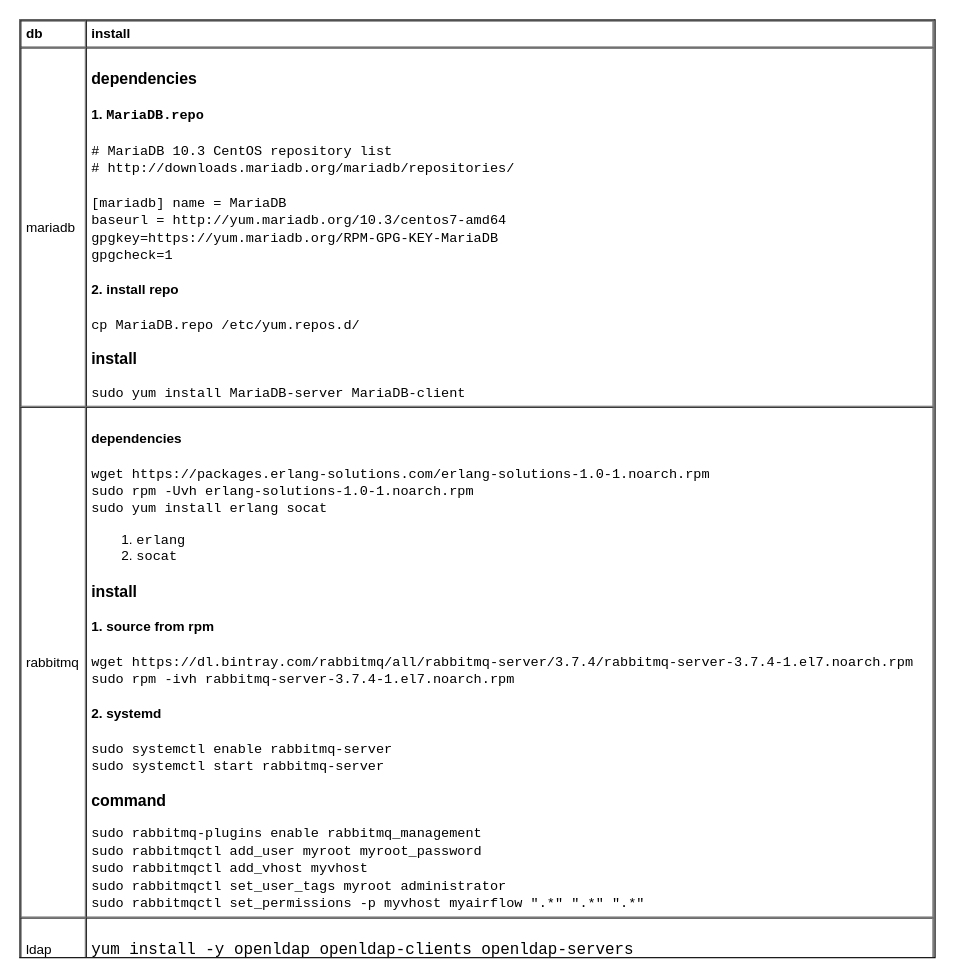
The draw.io diagram page "install" (1 of 3) of db/db.drawio in yangdj/tf_docs, before the edit. Source tidied: cells renumbered, new cells numbered last; positions are measured from the earlier drawing's top-left corner, leaving out a move shared by most shapes. Both pictures are drawn from the tidied source at 113%, with x=0, y=0 at pixel (19, 19).
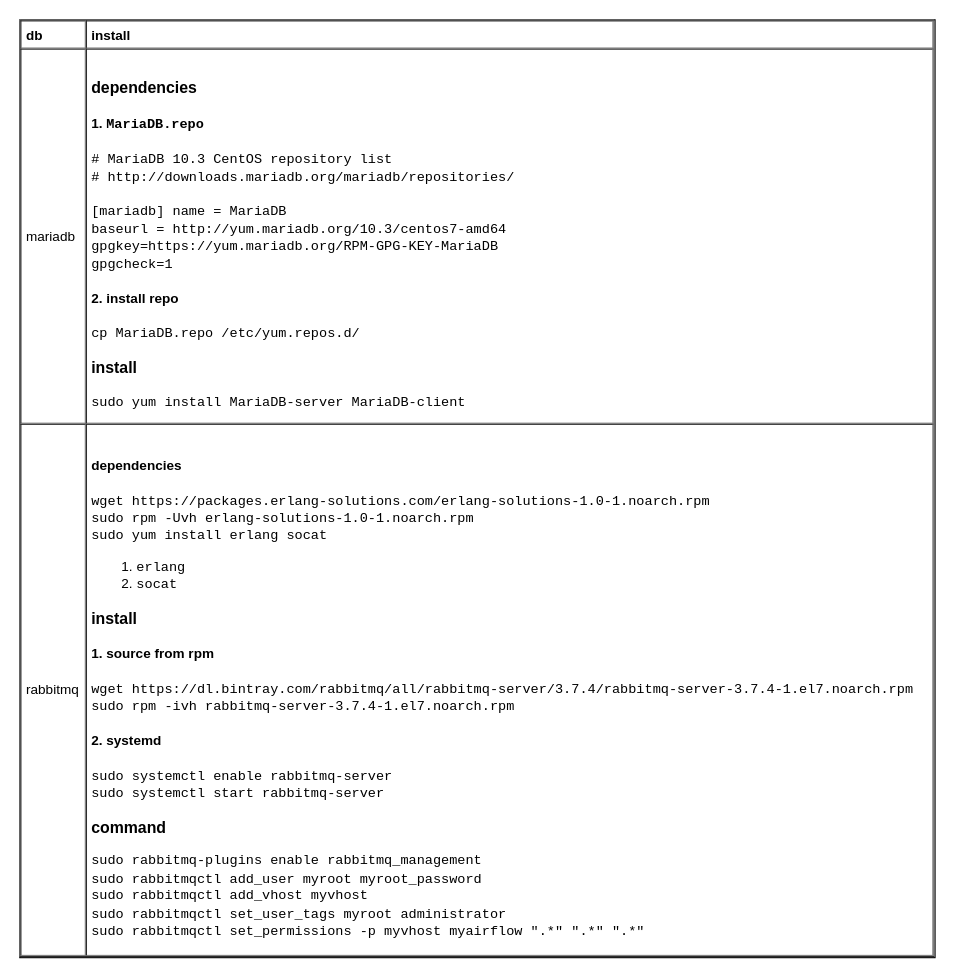
The same diagram, later.

What changed in the source:
```diff
@@
 <mxGraphModel>
   <root>
     <mxCell id="0" />
     <mxCell id="1" parent="0" />
-    <mxCell id="2" value="&lt;table cellpadding=&quot;4&quot; cellspacing=&quot;0&quot; border=&quot;1&quot; style=&quot;font-size: 1em ; width: 100% ; height: 100%&quot;&gt;&lt;tbody&gt;&lt;tr&gt;&lt;th&gt;db&lt;/th&gt;&lt;th&gt;install&lt;/th&gt;&lt;/tr&gt;&lt;tr&gt;&lt;td&gt;mariadb&lt;/td&gt;&lt;td&gt;&lt;h3&gt;dependencies&lt;/h3&gt;&lt;h4&gt;1. &lt;font face=&quot;Courier New&quot;&gt;MariaDB.repo&lt;/font&gt;&lt;/h4&gt;&lt;div&gt;&lt;font face=&quot;Courier New&quot;&gt;# MariaDB 10.3 CentOS repository list&lt;/font&gt;&lt;/div&gt;&lt;div&gt;&lt;font face=&quot;Courier New&quot;&gt;# http://downloads.mariadb.org/mariadb/repositories/&lt;/font&gt;&lt;/div&gt;&lt;div&gt;&lt;font face=&quot;Courier New&quot;&gt;&lt;br&gt;&lt;/font&gt;&lt;/div&gt;&lt;div&gt;&lt;font face=&quot;Courier New&quot;&gt;[mariadb] name = MariaDB&lt;/font&gt;&lt;/div&gt;&lt;div&gt;&lt;font face=&quot;Courier New&quot;&gt;baseurl = http://yum.mariadb.org/10.3/centos7-amd64&amp;nbsp;&lt;/font&gt;&lt;/div&gt;&lt;div&gt;&lt;font face=&quot;Courier New&quot;&gt;gpgkey=https://yum.mariadb.org/RPM-GPG-KEY-MariaDB&lt;/font&gt;&lt;/div&gt;&lt;div&gt;&lt;font face=&quot;Courier New&quot;&gt;gpgcheck=1&lt;/font&gt;&lt;/div&gt;&lt;h4&gt;2. install repo&lt;/h4&gt;&lt;div&gt;&lt;font face=&quot;Courier New&quot;&gt;cp MariaDB.repo /etc/yum.repos.d/&lt;/font&gt;&lt;/div&gt;&lt;h3&gt;install&lt;/h3&gt;&lt;div&gt;&lt;font face=&quot;Courier New&quot;&gt;sudo yum install MariaDB-server MariaDB-client&lt;/font&gt;&lt;br&gt;&lt;/div&gt;&lt;/td&gt;&lt;/tr&gt;&lt;tr&gt;&lt;td&gt;rabbitmq&lt;/td&gt;&lt;td&gt;&lt;h4&gt;dependencies&lt;/h4&gt;&lt;div&gt;&lt;font face=&quot;Courier New&quot;&gt;wget https://packages.erlang-solutions.com/erlang-solutions-1.0-1.noarch.rpm&lt;/font&gt;&lt;/div&gt;&lt;div&gt;&lt;font face=&quot;Courier New&quot;&gt;sudo rpm -Uvh erlang-solutions-1.0-1.noarch.rpm&lt;/font&gt;&lt;br&gt;&lt;/div&gt;&lt;div&gt;&lt;font face=&quot;Courier New&quot;&gt;sudo yum install erlang socat&lt;br&gt;&lt;/font&gt;&lt;/div&gt;&lt;div&gt;&lt;ol&gt;&lt;li&gt;&lt;span style=&quot;font-family: &amp;#34;courier new&amp;#34; ; font-size: 1em&quot;&gt;erlang&lt;/span&gt;&lt;br&gt;&lt;/li&gt;&lt;li&gt;&lt;span style=&quot;font-family: &amp;#34;courier new&amp;#34; ; font-size: 1em&quot;&gt;socat&lt;/span&gt;&lt;/li&gt;&lt;/ol&gt;&lt;h3&gt;install&lt;/h3&gt;&lt;/div&gt;&lt;h4&gt;1. source from rpm&lt;/h4&gt;&lt;div&gt;&lt;font face=&quot;Courier New&quot;&gt;wget https://dl.bintray.com/rabbitmq/all/rabbitmq-server/3.7.4/rabbitmq-server-3.7.4-1.el7.noarch.rpm&lt;br&gt;&lt;/font&gt;&lt;/div&gt;&lt;div&gt;&lt;font face=&quot;Courier New&quot;&gt;sudo rpm -ivh rabbitmq-server-3.7.4-1.el7.noarch.rpm&lt;/font&gt;&lt;/div&gt;&lt;h4&gt;2. systemd&lt;/h4&gt;&lt;div&gt;&lt;div&gt;&lt;font face=&quot;Courier New&quot;&gt;sudo systemctl enable rabbitmq-server&lt;/font&gt;&lt;/div&gt;&lt;div&gt;&lt;font face=&quot;Courier New&quot;&gt;sudo systemctl start rabbitmq-server&lt;/font&gt;&lt;/div&gt;&lt;/div&gt;&lt;h3&gt;command&lt;/h3&gt;&lt;div&gt;&lt;font face=&quot;Courier New&quot;&gt;sudo rabbitmq-plugins enable rabbitmq_management&lt;/font&gt;&lt;/div&gt;&lt;div&gt;&lt;font face=&quot;Courier New&quot;&gt;sudo rabbitmqctl add_user myroot myroot_password&lt;/font&gt;&lt;/div&gt;&lt;div&gt;&lt;span style=&quot;font-family: &amp;#34;courier new&amp;#34;&quot;&gt;sudo rabbitmqctl add_vhost myvhost&lt;/span&gt;&lt;font face=&quot;Courier New&quot;&gt;&lt;br&gt;&lt;/font&gt;&lt;/div&gt;&lt;div&gt;&lt;font face=&quot;Courier New&quot;&gt;sudo rabbitmqctl set_user_tags myroot administrator&lt;/font&gt;&lt;br&gt;&lt;/div&gt;&lt;div&gt;&lt;span style=&quot;font-family: &amp;#34;courier new&amp;#34;&quot;&gt;sudo rabbitmqctl set_permissions -p myvhost myairflow &quot;.*&quot; &quot;.*&quot; &quot;.*&quot;&lt;/span&gt;&lt;/div&gt;&lt;/td&gt;&lt;/tr&gt;&lt;tr&gt;&lt;td&gt;ldap&lt;/td&gt;&lt;td&gt;&lt;h3&gt;&lt;span style=&quot;font-family: &amp;#34;courier new&amp;#34; ; font-size: 1em ; font-weight: normal&quot;&gt;yum install -y openldap openldap-clients openldap-servers&lt;/span&gt;&lt;br&gt;&lt;/h3&gt;&lt;/td&gt;&lt;/tr&gt;&lt;/tbody&gt;&lt;/table&gt; " style="verticalAlign=top;align=left;overflow=fill;fontSize=12;fontFamily=Helvetica;html=1;" parent="1" vertex="1">
+    <mxCell id="2" value="&lt;table cellpadding=&quot;4&quot; cellspacing=&quot;0&quot; border=&quot;1&quot; style=&quot;font-size: 1em ; width: 100% ; height: 100%&quot;&gt;&lt;tbody&gt;&lt;tr&gt;&lt;th&gt;db&lt;/th&gt;&lt;th&gt;install&lt;/th&gt;&lt;/tr&gt;&lt;tr&gt;&lt;td&gt;mariadb&lt;/td&gt;&lt;td&gt;&lt;h3&gt;dependencies&lt;/h3&gt;&lt;h4&gt;1. &lt;font face=&quot;Courier New&quot;&gt;MariaDB.repo&lt;/font&gt;&lt;/h4&gt;&lt;div&gt;&lt;font face=&quot;Courier New&quot;&gt;# MariaDB 10.3 CentOS repository list&lt;/font&gt;&lt;/div&gt;&lt;div&gt;&lt;font face=&quot;Courier New&quot;&gt;# http://downloads.mariadb.org/mariadb/repositories/&lt;/font&gt;&lt;/div&gt;&lt;div&gt;&lt;font face=&quot;Courier New&quot;&gt;&lt;br&gt;&lt;/font&gt;&lt;/div&gt;&lt;div&gt;&lt;font face=&quot;Courier New&quot;&gt;[mariadb] name = MariaDB&lt;/font&gt;&lt;/div&gt;&lt;div&gt;&lt;font face=&quot;Courier New&quot;&gt;baseurl = http://yum.mariadb.org/10.3/centos7-amd64&amp;nbsp;&lt;/font&gt;&lt;/div&gt;&lt;div&gt;&lt;font face=&quot;Courier New&quot;&gt;gpgkey=https://yum.mariadb.org/RPM-GPG-KEY-MariaDB&lt;/font&gt;&lt;/div&gt;&lt;div&gt;&lt;font face=&quot;Courier New&quot;&gt;gpgcheck=1&lt;/font&gt;&lt;/div&gt;&lt;h4&gt;2. install repo&lt;/h4&gt;&lt;div&gt;&lt;font face=&quot;Courier New&quot;&gt;cp MariaDB.repo /etc/yum.repos.d/&lt;/font&gt;&lt;/div&gt;&lt;h3&gt;install&lt;/h3&gt;&lt;div&gt;&lt;font face=&quot;Courier New&quot;&gt;sudo yum install MariaDB-server MariaDB-client&lt;/font&gt;&lt;br&gt;&lt;/div&gt;&lt;/td&gt;&lt;/tr&gt;&lt;tr&gt;&lt;td&gt;rabbitmq&lt;/td&gt;&lt;td&gt;&lt;h4&gt;dependencies&lt;/h4&gt;&lt;div&gt;&lt;font face=&quot;Courier New&quot;&gt;wget https://packages.erlang-solutions.com/erlang-solutions-1.0-1.noarch.rpm&lt;/font&gt;&lt;/div&gt;&lt;div&gt;&lt;font face=&quot;Courier New&quot;&gt;sudo rpm -Uvh erlang-solutions-1.0-1.noarch.rpm&lt;/font&gt;&lt;br&gt;&lt;/div&gt;&lt;div&gt;&lt;font face=&quot;Courier New&quot;&gt;sudo yum install erlang socat&lt;br&gt;&lt;/font&gt;&lt;/div&gt;&lt;div&gt;&lt;ol&gt;&lt;li&gt;&lt;span style=&quot;font-family: &amp;#34;courier new&amp;#34; ; font-size: 1em&quot;&gt;erlang&lt;/span&gt;&lt;br&gt;&lt;/li&gt;&lt;li&gt;&lt;span style=&quot;font-family: &amp;#34;courier new&amp;#34; ; font-size: 1em&quot;&gt;socat&lt;/span&gt;&lt;/li&gt;&lt;/ol&gt;&lt;h3&gt;install&lt;/h3&gt;&lt;/div&gt;&lt;h4&gt;1. source from rpm&lt;/h4&gt;&lt;div&gt;&lt;font face=&quot;Courier New&quot;&gt;wget https://dl.bintray.com/rabbitmq/all/rabbitmq-server/3.7.4/rabbitmq-server-3.7.4-1.el7.noarch.rpm&lt;br&gt;&lt;/font&gt;&lt;/div&gt;&lt;div&gt;&lt;font face=&quot;Courier New&quot;&gt;sudo rpm -ivh rabbitmq-server-3.7.4-1.el7.noarch.rpm&lt;/font&gt;&lt;/div&gt;&lt;h4&gt;2. systemd&lt;/h4&gt;&lt;div&gt;&lt;div&gt;&lt;font face=&quot;Courier New&quot;&gt;sudo systemctl enable rabbitmq-server&lt;/font&gt;&lt;/div&gt;&lt;div&gt;&lt;font face=&quot;Courier New&quot;&gt;sudo systemctl start rabbitmq-server&lt;/font&gt;&lt;/div&gt;&lt;/div&gt;&lt;h3&gt;command&lt;/h3&gt;&lt;div&gt;&lt;font face=&quot;Courier New&quot;&gt;sudo rabbitmq-plugins enable rabbitmq_management&lt;/font&gt;&lt;/div&gt;&lt;div&gt;&lt;font face=&quot;Courier New&quot;&gt;sudo rabbitmqctl add_user myroot myroot_password&lt;/font&gt;&lt;/div&gt;&lt;div&gt;&lt;span style=&quot;font-family: &amp;#34;courier new&amp;#34;&quot;&gt;sudo rabbitmqctl add_vhost myvhost&lt;/span&gt;&lt;font face=&quot;Courier New&quot;&gt;&lt;br&gt;&lt;/font&gt;&lt;/div&gt;&lt;div&gt;&lt;font face=&quot;Courier New&quot;&gt;sudo rabbitmqctl set_user_tags myroot administrator&lt;/font&gt;&lt;br&gt;&lt;/div&gt;&lt;div&gt;&lt;span style=&quot;font-family: &amp;#34;courier new&amp;#34;&quot;&gt;sudo rabbitmqctl set_permissions -p myvhost myairflow &quot;.*&quot; &quot;.*&quot; &quot;.*&quot;&lt;/span&gt;&lt;/div&gt;&lt;/td&gt;&lt;/tr&gt;&lt;/tbody&gt;&lt;/table&gt; " style="verticalAlign=top;align=left;overflow=fill;fontSize=12;fontFamily=Helvetica;html=1;" parent="1" vertex="1">
       <mxGeometry width="810" height="830" as="geometry" />
     </mxCell>
   </root>
 </mxGraphModel>
```
